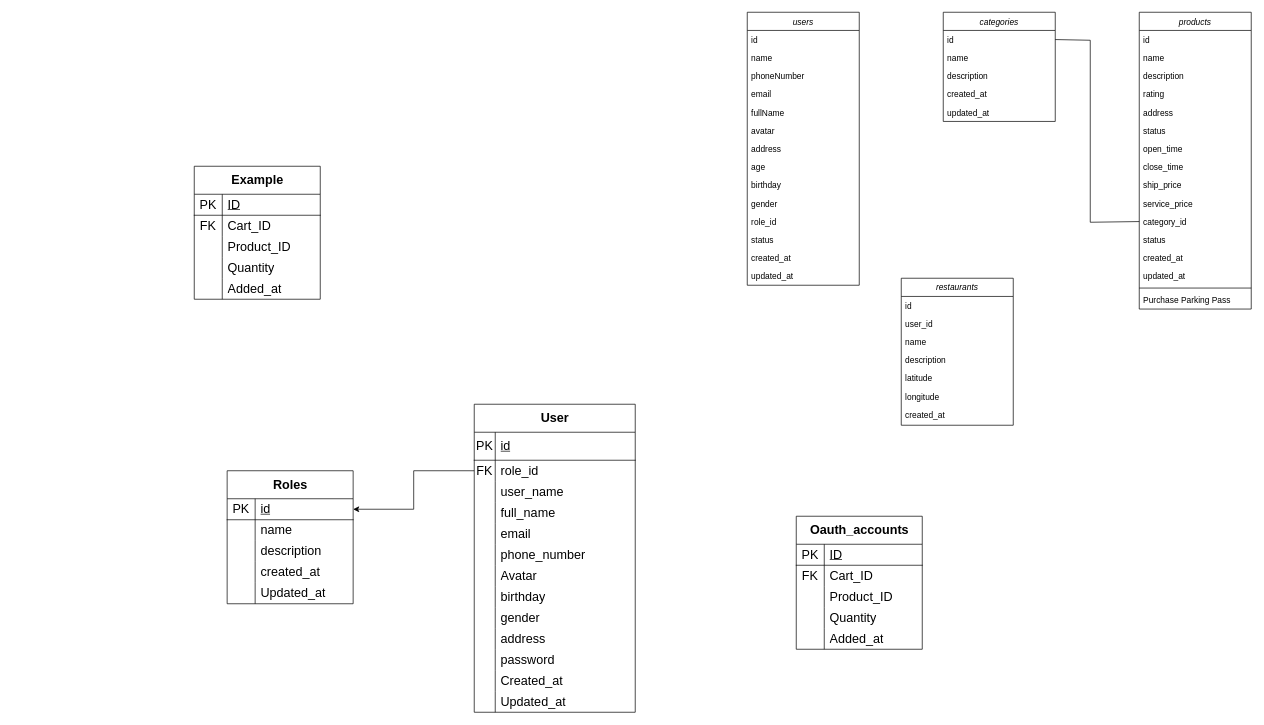
Earlier version of the draw.io diagram DATN.drawio (ntuananhdevs/DATN-DevFoods). Source tidied: cells renumbered, new cells numbered last; positions are measured from the earlier drawing's top-left corner, leaving out a move shared by most shapes. Both pictures are drawn from the tidied source at 70%, with x=0, y=0 at pixel (194, 12).
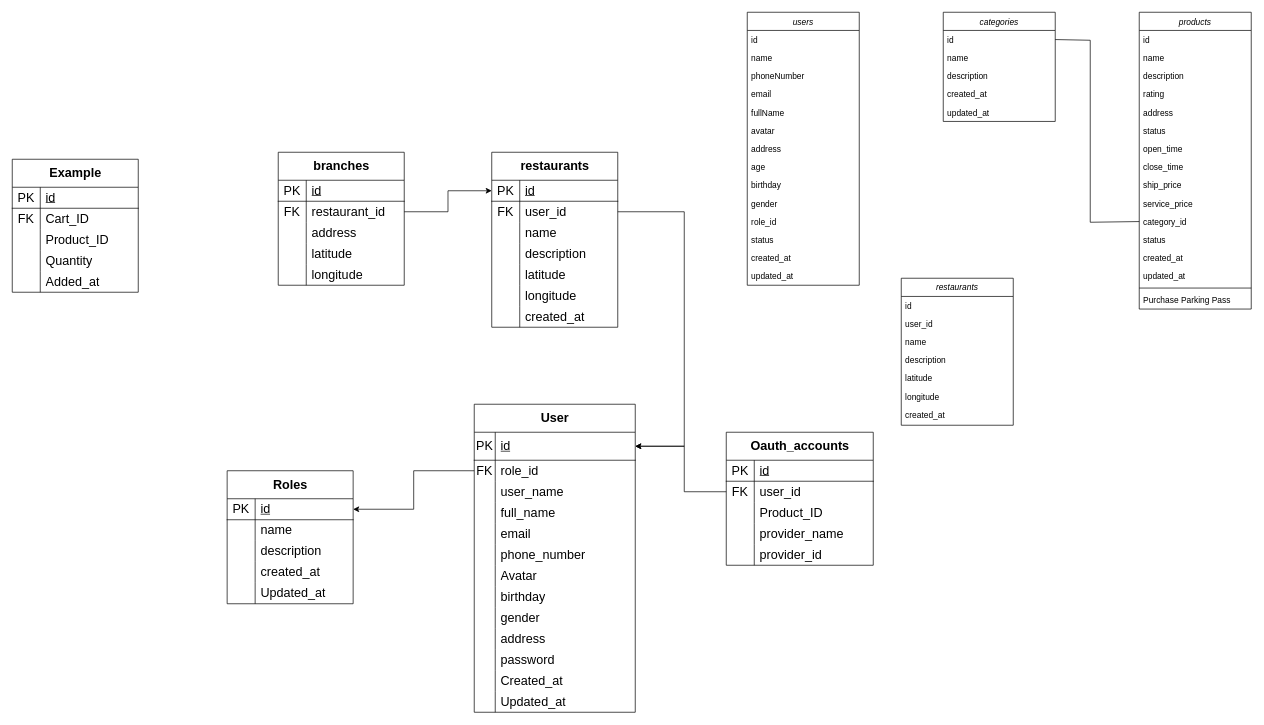
After the change.

The change refers to these unchanged cells:
```xml
<mxCell id="50" style="shape=tableRow;horizontal=0;startSize=0;swimlaneHead=0;swimlaneBody=0;fillColor=none;top=0;left=0;right=0;bottom=1;fontStyle=0;strokeWidth=1;fontSize=18;" parent="49" vertex="1">
  <mxGeometry y="40" width="180" height="30" as="geometry" />
</mxCell>
<mxCell id="66" style="shape=tableRow;horizontal=0;startSize=0;swimlaneHead=0;swimlaneBody=0;fillColor=none;points=[[0,0.5],[1,0.5]];portConstraint=eastwest;top=0;left=0;right=0;bottom=1;fontStyle=0;strokeWidth=1;fontSize=18;" parent="65" vertex="1">
  <mxGeometry y="40" width="230" height="40" as="geometry" />
</mxCell>
```

Diff of the diagram source:
```diff
@@
     <mxCell id="49" value="&lt;b&gt;Example&lt;/b&gt;" style="shape=table;startSize=40;childLayout=tableLayout;rowLines=0;fontStyle=0;align=center;html=1;strokeWidth=1;fontSize=18;" parent="1" vertex="1">
-      <mxGeometry y="220" width="180" height="190" as="geometry" />
+      <mxGeometry x="-260" y="210" width="180" height="190" as="geometry" />
     </mxCell>
@@
-    <mxCell id="52" value="ID" style="shape=partialRectangle;fillColor=none;top=0;left=0;bottom=0;right=0;align=left;spacingLeft=6;fontStyle=4;overflow=hidden;whiteSpace=wrap;html=1;strokeWidth=1;fontSize=18;" parent="50" vertex="1">
+    <mxCell id="52" value="id" style="shape=partialRectangle;fillColor=none;top=0;left=0;bottom=0;right=0;align=left;spacingLeft=6;fontStyle=4;overflow=hidden;whiteSpace=wrap;html=1;strokeWidth=1;fontSize=18;" parent="50" vertex="1">
       <mxGeometry x="40" width="140" height="30" as="geometry" />
     </mxCell>
@@
     <mxCell id="122" value="&lt;b&gt;Oauth_accounts&lt;/b&gt;" style="shape=table;startSize=40;childLayout=tableLayout;rowLines=0;fontStyle=0;align=center;html=1;strokeWidth=1;fontSize=18;" parent="1" vertex="1">
-      <mxGeometry x="860" y="720" width="180" height="190" as="geometry" />
+      <mxGeometry x="760" y="600" width="210" height="190" as="geometry" />
     </mxCell>
     <mxCell id="123" style="shape=tableRow;horizontal=0;startSize=0;swimlaneHead=0;swimlaneBody=0;fillColor=none;top=0;left=0;right=0;bottom=1;fontStyle=0;strokeWidth=1;fontSize=18;" parent="122" vertex="1">
-      <mxGeometry y="40" width="180" height="30" as="geometry" />
+      <mxGeometry y="40" width="210" height="30" as="geometry" />
     </mxCell>
@@
-    <mxCell id="125" value="ID" style="shape=partialRectangle;fillColor=none;top=0;left=0;bottom=0;right=0;align=left;spacingLeft=6;fontStyle=4;overflow=hidden;whiteSpace=wrap;html=1;strokeWidth=1;fontSize=18;" parent="123" vertex="1">
-      <mxGeometry x="40" width="140" height="30" as="geometry" />
+    <mxCell id="125" value="id" style="shape=partialRectangle;fillColor=none;top=0;left=0;bottom=0;right=0;align=left;spacingLeft=6;fontStyle=4;overflow=hidden;whiteSpace=wrap;html=1;strokeWidth=1;fontSize=18;" parent="123" vertex="1">
+      <mxGeometry x="40" width="170" height="30" as="geometry" />
     </mxCell>
     <mxCell id="126" style="shape=tableRow;horizontal=0;startSize=0;swimlaneHead=0;swimlaneBody=0;fillColor=none;points=[[0,0.5],[1,0.5]];portConstraint=eastwest;top=0;left=0;right=0;bottom=0;fontStyle=0;strokeWidth=1;fontSize=18;" parent="122" vertex="1">
-      <mxGeometry y="70" width="180" height="30" as="geometry" />
+      <mxGeometry y="70" width="210" height="30" as="geometry" />
     </mxCell>
@@
-    <mxCell id="128" value="Cart_ID" style="shape=partialRectangle;fillColor=none;top=0;left=0;bottom=0;right=0;align=left;spacingLeft=6;overflow=hidden;whiteSpace=wrap;html=1;fontStyle=0;strokeWidth=1;fontSize=18;" parent="126" vertex="1">
-      <mxGeometry x="40" width="140" height="30" as="geometry" />
+    <mxCell id="128" value="user_id" style="shape=partialRectangle;fillColor=none;top=0;left=0;bottom=0;right=0;align=left;spacingLeft=6;overflow=hidden;whiteSpace=wrap;html=1;fontStyle=0;strokeWidth=1;fontSize=18;" parent="126" vertex="1">
+      <mxGeometry x="40" width="170" height="30" as="geometry" />
     </mxCell>
     <mxCell id="129" style="shape=tableRow;horizontal=0;startSize=0;swimlaneHead=0;swimlaneBody=0;fillColor=none;top=0;left=0;right=0;bottom=0;fontStyle=0;strokeWidth=1;fontSize=18;" parent="122" vertex="1">
-      <mxGeometry y="100" width="180" height="30" as="geometry" />
+      <mxGeometry y="100" width="210" height="30" as="geometry" />
     </mxCell>
@@
     <mxCell id="131" value="Product_ID" style="shape=partialRectangle;fillColor=none;top=0;left=0;bottom=0;right=0;align=left;spacingLeft=6;overflow=hidden;whiteSpace=wrap;html=1;fontStyle=0;strokeWidth=1;fontSize=18;" parent="129" vertex="1">
-      <mxGeometry x="40" width="140" height="30" as="geometry" />
+      <mxGeometry x="40" width="170" height="30" as="geometry" />
     </mxCell>
     <mxCell id="132" style="shape=tableRow;horizontal=0;startSize=0;swimlaneHead=0;swimlaneBody=0;fillColor=none;top=0;left=0;right=0;bottom=0;fontStyle=0;strokeWidth=1;fontSize=18;" parent="122" vertex="1">
-      <mxGeometry y="130" width="180" height="30" as="geometry" />
+      <mxGeometry y="130" width="210" height="30" as="geometry" />
     </mxCell>
@@
-    <mxCell id="134" value="Quantity" style="shape=partialRectangle;fillColor=none;top=0;left=0;bottom=0;right=0;align=left;spacingLeft=6;overflow=hidden;whiteSpace=wrap;html=1;fontStyle=0;strokeWidth=1;fontSize=18;" parent="132" vertex="1">
-      <mxGeometry x="40" width="140" height="30" as="geometry" />
+    <mxCell id="134" value="provider_name" style="shape=partialRectangle;fillColor=none;top=0;left=0;bottom=0;right=0;align=left;spacingLeft=6;overflow=hidden;whiteSpace=wrap;html=1;fontStyle=0;strokeWidth=1;fontSize=18;" parent="132" vertex="1">
+      <mxGeometry x="40" width="170" height="30" as="geometry" />
     </mxCell>
     <mxCell id="135" style="shape=tableRow;horizontal=0;startSize=0;swimlaneHead=0;swimlaneBody=0;fillColor=none;top=0;left=0;right=0;bottom=0;fontStyle=0;strokeWidth=1;fontSize=18;" parent="122" vertex="1">
-      <mxGeometry y="160" width="180" height="30" as="geometry" />
+      <mxGeometry y="160" width="210" height="30" as="geometry" />
     </mxCell>
@@
-    <mxCell id="137" value="Added_at" style="shape=partialRectangle;fillColor=none;top=0;left=0;bottom=0;right=0;align=left;spacingLeft=6;overflow=hidden;whiteSpace=wrap;html=1;fontStyle=0;strokeWidth=1;fontSize=18;" parent="135" vertex="1">
-      <mxGeometry x="40" width="140" height="30" as="geometry" />
+    <mxCell id="137" value="provider_id" style="shape=partialRectangle;fillColor=none;top=0;left=0;bottom=0;right=0;align=left;spacingLeft=6;overflow=hidden;whiteSpace=wrap;html=1;fontStyle=0;strokeWidth=1;fontSize=18;" parent="135" vertex="1">
+      <mxGeometry x="40" width="170" height="30" as="geometry" />
     </mxCell>
+    <mxCell id="138" style="edgeStyle=orthogonalEdgeStyle;rounded=0;jettySize=auto;html=1;exitX=0;exitY=0.5;exitDx=0;exitDy=0;entryX=1;entryY=0.5;entryDx=0;entryDy=0;" parent="1" edge="1" source="126" target="66">
+      <mxGeometry relative="1" as="geometry">
+        <Array as="points">
+          <mxPoint x="700" y="685" />
+          <mxPoint x="700" y="620" />
+        </Array>
+      </mxGeometry>
+    </mxCell>
+    <mxCell id="139" value="&lt;b&gt;restaurants&lt;/b&gt;" style="shape=table;startSize=40;childLayout=tableLayout;rowLines=0;fontStyle=0;align=center;html=1;strokeWidth=1;fontSize=18;" parent="1" vertex="1">
+      <mxGeometry x="425" y="200" width="180" height="250" as="geometry" />
+    </mxCell>
+    <mxCell id="140" style="shape=tableRow;horizontal=0;startSize=0;swimlaneHead=0;swimlaneBody=0;fillColor=none;points=[[0,0.5],[1,0.5]];portConstraint=eastwest;top=0;left=0;right=0;bottom=1;fontStyle=0;strokeWidth=1;fontSize=18;" parent="139" vertex="1">
+      <mxGeometry y="40" width="180" height="30" as="geometry" />
+    </mxCell>
+    <mxCell id="141" value="PK" style="shape=partialRectangle;fillColor=none;top=0;left=0;bottom=0;right=0;fontStyle=0;overflow=hidden;whiteSpace=wrap;html=1;strokeWidth=1;fontSize=18;" parent="140" vertex="1">
+      <mxGeometry width="40" height="30" as="geometry" />
+    </mxCell>
+    <mxCell id="142" value="id" style="shape=partialRectangle;fillColor=none;top=0;left=0;bottom=0;right=0;align=left;spacingLeft=6;fontStyle=4;overflow=hidden;whiteSpace=wrap;html=1;strokeWidth=1;fontSize=18;" parent="140" vertex="1">
+      <mxGeometry x="40" width="140" height="30" as="geometry" />
+    </mxCell>
+    <mxCell id="143" style="shape=tableRow;horizontal=0;startSize=0;swimlaneHead=0;swimlaneBody=0;fillColor=none;points=[[0,0.5],[1,0.5]];portConstraint=eastwest;top=0;left=0;right=0;bottom=0;fontStyle=0;strokeWidth=1;fontSize=18;" parent="139" vertex="1">
+      <mxGeometry y="70" width="180" height="30" as="geometry" />
+    </mxCell>
+    <mxCell id="144" value="FK" style="shape=partialRectangle;fillColor=none;top=0;left=0;bottom=0;right=0;overflow=hidden;whiteSpace=wrap;html=1;fontStyle=0;strokeWidth=1;fontSize=18;" parent="143" vertex="1">
+      <mxGeometry width="40" height="30" as="geometry" />
+    </mxCell>
+    <mxCell id="145" value="user_id" style="shape=partialRectangle;fillColor=none;top=0;left=0;bottom=0;right=0;align=left;spacingLeft=6;overflow=hidden;whiteSpace=wrap;html=1;fontStyle=0;strokeWidth=1;fontSize=18;" parent="143" vertex="1">
+      <mxGeometry x="40" width="140" height="30" as="geometry" />
+    </mxCell>
+    <mxCell id="146" style="shape=tableRow;horizontal=0;startSize=0;swimlaneHead=0;swimlaneBody=0;fillColor=none;top=0;left=0;right=0;bottom=0;fontStyle=0;strokeWidth=1;fontSize=18;" parent="139" vertex="1">
+      <mxGeometry y="100" width="180" height="30" as="geometry" />
+    </mxCell>
+    <mxCell id="147" style="shape=partialRectangle;fillColor=none;top=0;left=0;bottom=0;right=0;overflow=hidden;whiteSpace=wrap;html=1;fontStyle=0;strokeWidth=1;fontSize=18;" parent="146" vertex="1">
+      <mxGeometry width="40" height="30" as="geometry" />
+    </mxCell>
+    <mxCell id="148" value="name" style="shape=partialRectangle;fillColor=none;top=0;left=0;bottom=0;right=0;align=left;spacingLeft=6;overflow=hidden;whiteSpace=wrap;html=1;fontStyle=0;strokeWidth=1;fontSize=18;" parent="146" vertex="1">
+      <mxGeometry x="40" width="140" height="30" as="geometry" />
+    </mxCell>
+    <mxCell id="149" style="shape=tableRow;horizontal=0;startSize=0;swimlaneHead=0;swimlaneBody=0;fillColor=none;top=0;left=0;right=0;bottom=0;fontStyle=0;strokeWidth=1;fontSize=18;" parent="139" vertex="1">
+      <mxGeometry y="130" width="180" height="30" as="geometry" />
+    </mxCell>
+    <mxCell id="150" style="shape=partialRectangle;fillColor=none;top=0;left=0;bottom=0;right=0;overflow=hidden;whiteSpace=wrap;html=1;fontStyle=0;strokeWidth=1;fontSize=18;" parent="149" vertex="1">
+      <mxGeometry width="40" height="30" as="geometry" />
+    </mxCell>
+    <mxCell id="151" value="description" style="shape=partialRectangle;fillColor=none;top=0;left=0;bottom=0;right=0;align=left;spacingLeft=6;overflow=hidden;whiteSpace=wrap;html=1;fontStyle=0;strokeWidth=1;fontSize=18;" parent="149" vertex="1">
+      <mxGeometry x="40" width="140" height="30" as="geometry" />
+    </mxCell>
+    <mxCell id="152" style="shape=tableRow;horizontal=0;startSize=0;swimlaneHead=0;swimlaneBody=0;fillColor=none;top=0;left=0;right=0;bottom=0;fontStyle=0;strokeWidth=1;fontSize=18;" parent="139" vertex="1">
+      <mxGeometry y="160" width="180" height="30" as="geometry" />
+    </mxCell>
+    <mxCell id="153" style="shape=partialRectangle;fillColor=none;top=0;left=0;bottom=0;right=0;overflow=hidden;whiteSpace=wrap;html=1;fontStyle=0;strokeWidth=1;fontSize=18;" parent="152" vertex="1">
+      <mxGeometry width="40" height="30" as="geometry" />
+    </mxCell>
+    <mxCell id="154" value="latitude" style="shape=partialRectangle;fillColor=none;top=0;left=0;bottom=0;right=0;align=left;spacingLeft=6;overflow=hidden;whiteSpace=wrap;html=1;fontStyle=0;strokeWidth=1;fontSize=18;" parent="152" vertex="1">
+      <mxGeometry x="40" width="140" height="30" as="geometry" />
+    </mxCell>
+    <mxCell id="155" style="shape=tableRow;horizontal=0;startSize=0;swimlaneHead=0;swimlaneBody=0;fillColor=none;top=0;left=0;right=0;bottom=0;fontStyle=0;strokeWidth=1;fontSize=18;" parent="139" vertex="1">
+      <mxGeometry y="190" width="180" height="30" as="geometry" />
+    </mxCell>
+    <mxCell id="156" style="shape=partialRectangle;fillColor=none;top=0;left=0;bottom=0;right=0;overflow=hidden;whiteSpace=wrap;html=1;fontStyle=0;strokeWidth=1;fontSize=18;" parent="155" vertex="1">
+      <mxGeometry width="40" height="30" as="geometry" />
+    </mxCell>
+    <mxCell id="157" value="longitude" style="shape=partialRectangle;fillColor=none;top=0;left=0;bottom=0;right=0;align=left;spacingLeft=6;overflow=hidden;whiteSpace=wrap;html=1;fontStyle=0;strokeWidth=1;fontSize=18;" parent="155" vertex="1">
+      <mxGeometry x="40" width="140" height="30" as="geometry" />
+    </mxCell>
+    <mxCell id="158" style="shape=tableRow;horizontal=0;startSize=0;swimlaneHead=0;swimlaneBody=0;fillColor=none;top=0;left=0;right=0;bottom=0;fontStyle=0;strokeWidth=1;fontSize=18;" parent="139" vertex="1">
+      <mxGeometry y="220" width="180" height="30" as="geometry" />
+    </mxCell>
+    <mxCell id="159" style="shape=partialRectangle;fillColor=none;top=0;left=0;bottom=0;right=0;overflow=hidden;whiteSpace=wrap;html=1;fontStyle=0;strokeWidth=1;fontSize=18;" parent="158" vertex="1">
+      <mxGeometry width="40" height="30" as="geometry" />
+    </mxCell>
+    <mxCell id="160" value="created_at" style="shape=partialRectangle;fillColor=none;top=0;left=0;bottom=0;right=0;align=left;spacingLeft=6;overflow=hidden;whiteSpace=wrap;html=1;fontStyle=0;strokeWidth=1;fontSize=18;" parent="158" vertex="1">
+      <mxGeometry x="40" width="140" height="30" as="geometry" />
+    </mxCell>
+    <mxCell id="161" style="edgeStyle=orthogonalEdgeStyle;rounded=0;jettySize=auto;html=1;exitX=1;exitY=0.5;exitDx=0;exitDy=0;entryX=1;entryY=0.5;entryDx=0;entryDy=0;" parent="1" edge="1" source="143" target="66">
+      <mxGeometry relative="1" as="geometry">
+        <Array as="points">
+          <mxPoint x="700" y="285" />
+          <mxPoint x="700" y="620" />
+        </Array>
+      </mxGeometry>
+    </mxCell>
+    <mxCell id="162" value="&lt;b&gt;branches&lt;/b&gt;" style="shape=table;startSize=40;childLayout=tableLayout;rowLines=0;fontStyle=0;align=center;html=1;strokeWidth=1;fontSize=18;" parent="1" vertex="1">
+      <mxGeometry x="120" y="200" width="180" height="190" as="geometry" />
+    </mxCell>
+    <mxCell id="163" style="shape=tableRow;horizontal=0;startSize=0;swimlaneHead=0;swimlaneBody=0;fillColor=none;top=0;left=0;right=0;bottom=1;fontStyle=0;strokeWidth=1;fontSize=18;" parent="162" vertex="1">
+      <mxGeometry y="40" width="180" height="30" as="geometry" />
+    </mxCell>
+    <mxCell id="164" value="PK" style="shape=partialRectangle;fillColor=none;top=0;left=0;bottom=0;right=0;fontStyle=0;overflow=hidden;whiteSpace=wrap;html=1;strokeWidth=1;fontSize=18;" parent="163" vertex="1">
+      <mxGeometry width="40" height="30" as="geometry" />
+    </mxCell>
+    <mxCell id="165" value="id" style="shape=partialRectangle;fillColor=none;top=0;left=0;bottom=0;right=0;align=left;spacingLeft=6;fontStyle=4;overflow=hidden;whiteSpace=wrap;html=1;strokeWidth=1;fontSize=18;" parent="163" vertex="1">
+      <mxGeometry x="40" width="140" height="30" as="geometry" />
+    </mxCell>
+    <mxCell id="166" style="shape=tableRow;horizontal=0;startSize=0;swimlaneHead=0;swimlaneBody=0;fillColor=none;points=[[0,0.5],[1,0.5]];portConstraint=eastwest;top=0;left=0;right=0;bottom=0;fontStyle=0;strokeWidth=1;fontSize=18;" parent="162" vertex="1">
+      <mxGeometry y="70" width="180" height="30" as="geometry" />
+    </mxCell>
+    <mxCell id="167" value="FK" style="shape=partialRectangle;fillColor=none;top=0;left=0;bottom=0;right=0;overflow=hidden;whiteSpace=wrap;html=1;fontStyle=0;strokeWidth=1;fontSize=18;" parent="166" vertex="1">
+      <mxGeometry width="40" height="30" as="geometry" />
+    </mxCell>
+    <mxCell id="168" value="restaurant_id" style="shape=partialRectangle;fillColor=none;top=0;left=0;bottom=0;right=0;align=left;spacingLeft=6;overflow=hidden;whiteSpace=wrap;html=1;fontStyle=0;strokeWidth=1;fontSize=18;" parent="166" vertex="1">
+      <mxGeometry x="40" width="140" height="30" as="geometry" />
+    </mxCell>
+    <mxCell id="169" style="shape=tableRow;horizontal=0;startSize=0;swimlaneHead=0;swimlaneBody=0;fillColor=none;top=0;left=0;right=0;bottom=0;fontStyle=0;strokeWidth=1;fontSize=18;" parent="162" vertex="1">
+      <mxGeometry y="100" width="180" height="30" as="geometry" />
+    </mxCell>
+    <mxCell id="170" style="shape=partialRectangle;fillColor=none;top=0;left=0;bottom=0;right=0;overflow=hidden;whiteSpace=wrap;html=1;fontStyle=0;strokeWidth=1;fontSize=18;" parent="169" vertex="1">
+      <mxGeometry width="40" height="30" as="geometry" />
+    </mxCell>
+    <mxCell id="171" value="address" style="shape=partialRectangle;fillColor=none;top=0;left=0;bottom=0;right=0;align=left;spacingLeft=6;overflow=hidden;whiteSpace=wrap;html=1;fontStyle=0;strokeWidth=1;fontSize=18;" parent="169" vertex="1">
+      <mxGeometry x="40" width="140" height="30" as="geometry" />
+    </mxCell>
+    <mxCell id="172" style="shape=tableRow;horizontal=0;startSize=0;swimlaneHead=0;swimlaneBody=0;fillColor=none;top=0;left=0;right=0;bottom=0;fontStyle=0;strokeWidth=1;fontSize=18;" parent="162" vertex="1">
+      <mxGeometry y="130" width="180" height="30" as="geometry" />
+    </mxCell>
+    <mxCell id="173" style="shape=partialRectangle;fillColor=none;top=0;left=0;bottom=0;right=0;overflow=hidden;whiteSpace=wrap;html=1;fontStyle=0;strokeWidth=1;fontSize=18;" parent="172" vertex="1">
+      <mxGeometry width="40" height="30" as="geometry" />
+    </mxCell>
+    <mxCell id="174" value="latitude" style="shape=partialRectangle;fillColor=none;top=0;left=0;bottom=0;right=0;align=left;spacingLeft=6;overflow=hidden;whiteSpace=wrap;html=1;fontStyle=0;strokeWidth=1;fontSize=18;" parent="172" vertex="1">
+      <mxGeometry x="40" width="140" height="30" as="geometry" />
+    </mxCell>
+    <mxCell id="175" style="shape=tableRow;horizontal=0;startSize=0;swimlaneHead=0;swimlaneBody=0;fillColor=none;top=0;left=0;right=0;bottom=0;fontStyle=0;strokeWidth=1;fontSize=18;" parent="162" vertex="1">
+      <mxGeometry y="160" width="180" height="30" as="geometry" />
+    </mxCell>
+    <mxCell id="176" style="shape=partialRectangle;fillColor=none;top=0;left=0;bottom=0;right=0;overflow=hidden;whiteSpace=wrap;html=1;fontStyle=0;strokeWidth=1;fontSize=18;" parent="175" vertex="1">
+      <mxGeometry width="40" height="30" as="geometry" />
+    </mxCell>
+    <mxCell id="177" value="longitude" style="shape=partialRectangle;fillColor=none;top=0;left=0;bottom=0;right=0;align=left;spacingLeft=6;overflow=hidden;whiteSpace=wrap;html=1;fontStyle=0;strokeWidth=1;fontSize=18;" parent="175" vertex="1">
+      <mxGeometry x="40" width="140" height="30" as="geometry" />
+    </mxCell>
+    <mxCell id="178" style="edgeStyle=orthogonalEdgeStyle;rounded=0;jettySize=auto;html=1;exitX=1;exitY=0.5;exitDx=0;exitDy=0;entryX=0;entryY=0.5;entryDx=0;entryDy=0;" parent="1" edge="1" source="166" target="140">
+      <mxGeometry relative="1" as="geometry" />
+    </mxCell>
```
